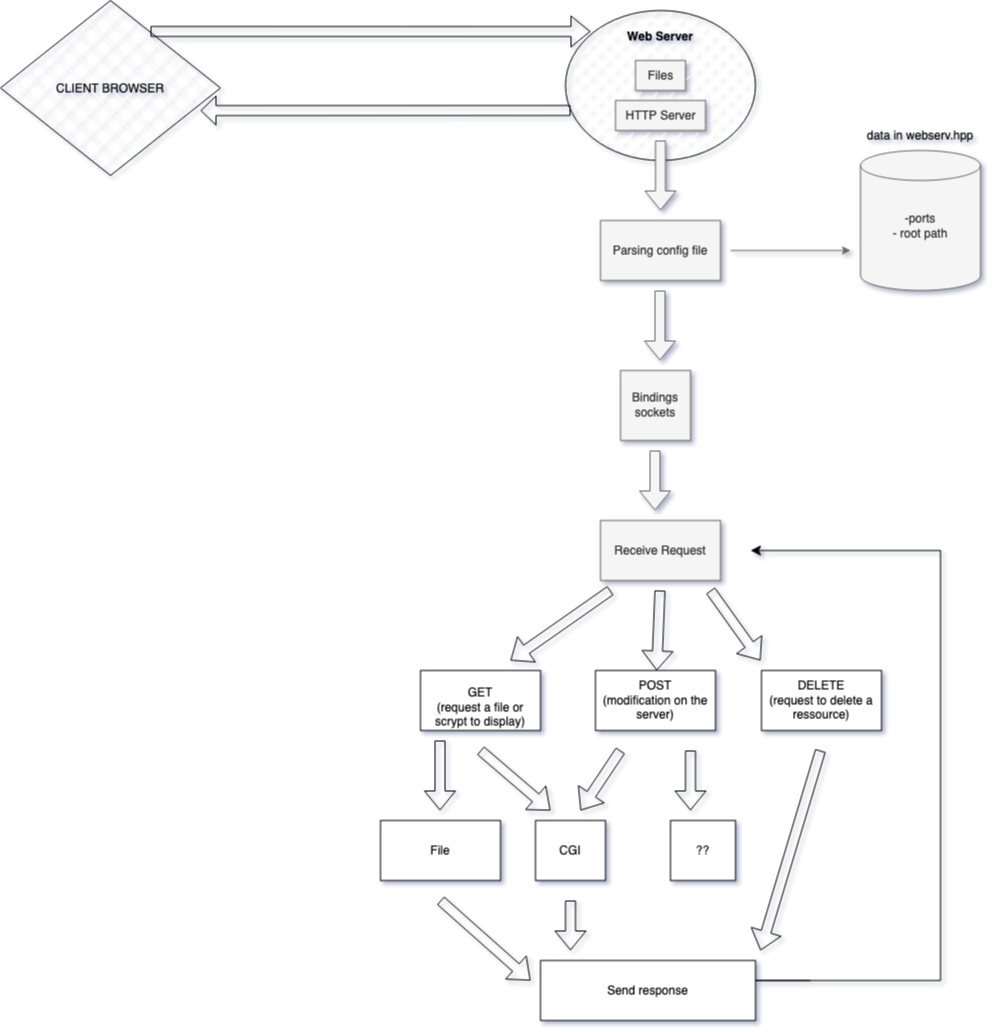
Above: Diagram Webserv.drawio.png in es4nchez/webserv (draw.io), before the change. Source tidied: cells renumbered, new cells last; positions are measured from the earlier drawing's top-left corner, leaving out a move shared by most shapes.
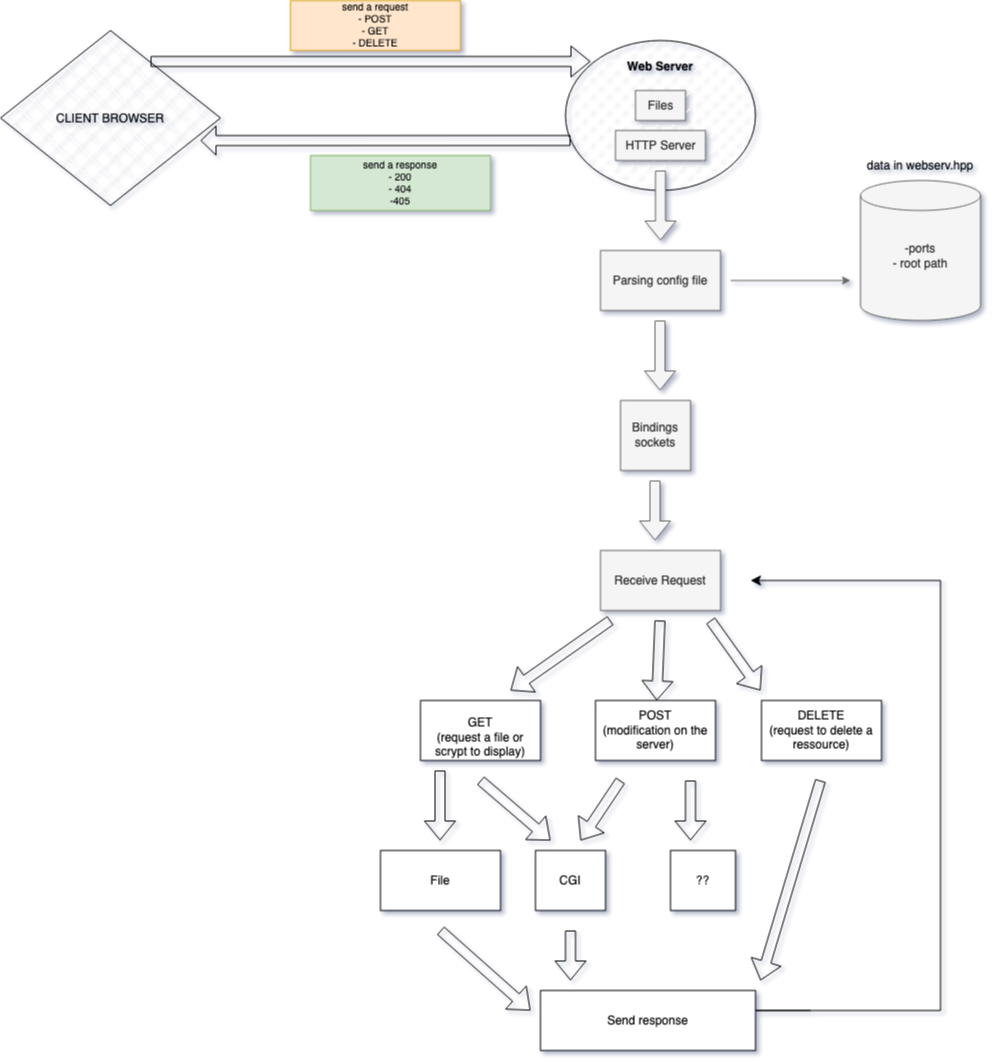
Later version of the same file.

Commit message:
Mettre à jour Diagram Webserv.drawio.png

Diff of the diagram source:
```diff
@@ -154,5 +154,11 @@
         <mxPoint x="760" y="950" as="targetPoint" />
       </mxGeometry>
     </mxCell>
+    <mxCell id="35" value="&lt;div style=&quot;font-size: 10px;&quot;&gt;&lt;font style=&quot;font-size: 10px;&quot;&gt;send a request&lt;/font&gt;&lt;/div&gt;&lt;div style=&quot;font-size: 10px;&quot;&gt;&lt;font style=&quot;font-size: 10px;&quot;&gt;- POST&lt;/font&gt;&lt;/div&gt;&lt;div style=&quot;font-size: 10px;&quot;&gt;&lt;font style=&quot;font-size: 10px;&quot;&gt;- GET&lt;/font&gt;&lt;/div&gt;&lt;div style=&quot;font-size: 10px;&quot;&gt;&lt;font style=&quot;font-size: 10px;&quot;&gt;- DELETE&lt;br&gt;&lt;/font&gt;&lt;/div&gt;" style="whiteSpace=wrap;html=1;fillColor=#ffe6cc;strokeColor=#d79b00;" parent="1" vertex="1">
+      <mxGeometry x="290" y="-30" width="170" height="50" as="geometry" />
+    </mxCell>
+    <mxCell id="36" value="&lt;div style=&quot;font-size: 10px;&quot;&gt;&lt;font style=&quot;font-size: 10px;&quot;&gt;send a response&lt;/font&gt;&lt;/div&gt;&lt;div style=&quot;font-size: 10px;&quot;&gt;&lt;font style=&quot;font-size: 10px;&quot;&gt;- 200&lt;/font&gt;&lt;/div&gt;&lt;div style=&quot;font-size: 10px;&quot;&gt;&lt;font style=&quot;font-size: 10px;&quot;&gt;- 404&lt;/font&gt;&lt;/div&gt;&lt;div style=&quot;font-size: 10px;&quot;&gt;&lt;font style=&quot;font-size: 10px;&quot;&gt;-405&lt;br&gt;&lt;/font&gt;&lt;/div&gt;" style="whiteSpace=wrap;html=1;fillColor=#d5e8d4;strokeColor=#82b366;" parent="1" vertex="1">
+      <mxGeometry x="310" y="125" width="180" height="55" as="geometry" />
+    </mxCell>
   </root>
 </mxGraphModel>
```
